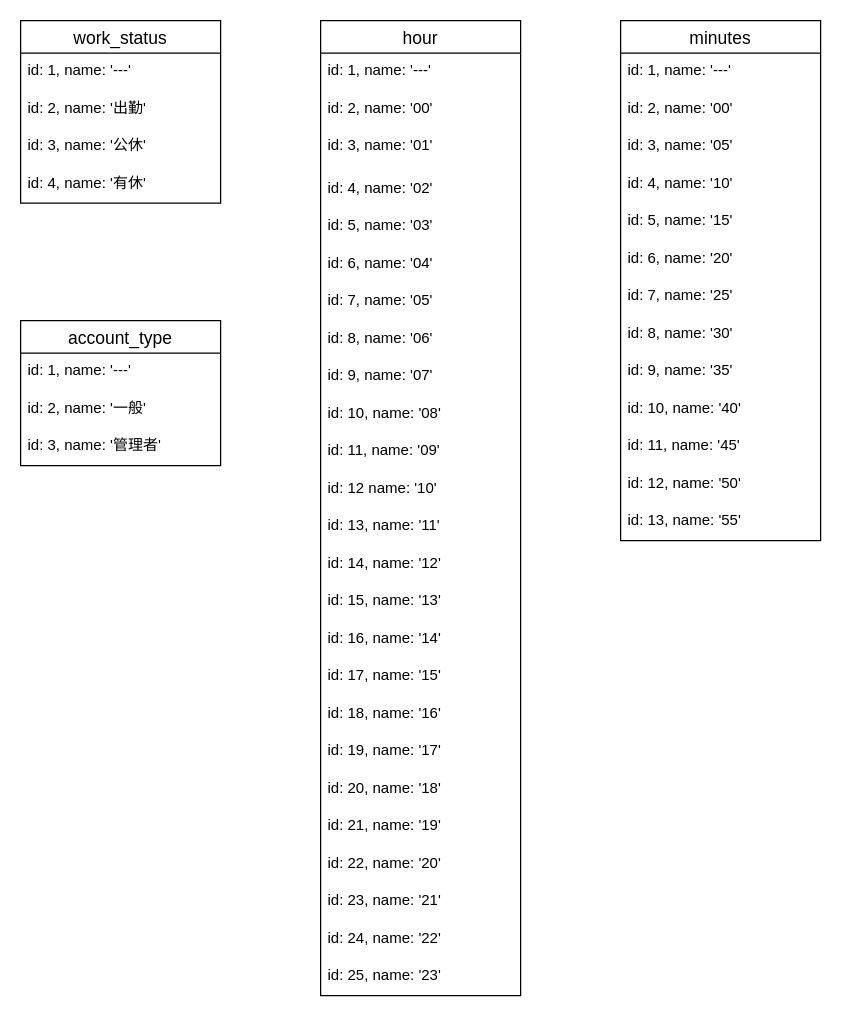
This is page "Active Hash" (2 of 2) of waps_ER図.dio from graphite01/waps, a draw.io file, before an edit. Source tidied: cells renumbered, new cells numbered last; positions are measured from the earlier drawing's top-left corner, leaving out a move shared by most shapes. Both pictures are drawn from the tidied source at 125%, with x=0, y=0 at pixel (20, 20).
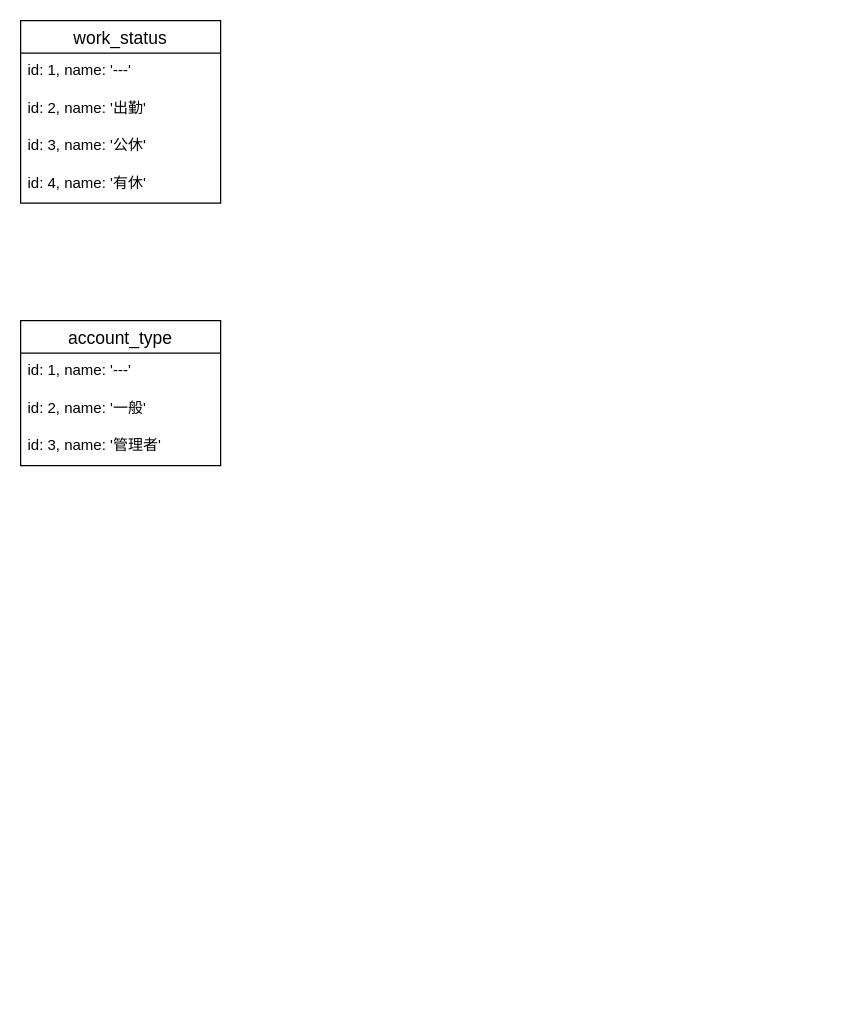
The same diagram, later.

Change to the diagram source:
```diff
@@
-    <mxCell id="7" value="hour" style="swimlane;fontStyle=0;horizontal=1;startSize=26;align=center;fontSize=14;" parent="1" vertex="1">
-      <mxGeometry x="240" width="160" height="780" as="geometry" />
-    </mxCell>
-    <mxCell id="8" value="id: 1, name: '---'" style="text;strokeColor=none;fillColor=none;spacingLeft=4;spacingRight=4;overflow=hidden;fontSize=12;" parent="7" vertex="1">
-      <mxGeometry y="26" width="160" height="30" as="geometry" />
-    </mxCell>
-    <mxCell id="9" value="id: 2, name: '00'" style="text;strokeColor=none;fillColor=none;spacingLeft=4;spacingRight=4;overflow=hidden;fontSize=12;" parent="7" vertex="1">
-      <mxGeometry y="56" width="160" height="30" as="geometry" />
-    </mxCell>
-    <mxCell id="10" value="id: 3, name: '01'" style="text;strokeColor=none;fillColor=none;spacingLeft=4;spacingRight=4;overflow=hidden;fontSize=12;" parent="7" vertex="1">
-      <mxGeometry y="86" width="160" height="34" as="geometry" />
-    </mxCell>
-    <mxCell id="11" value="id: 4, name: '02'" style="text;strokeColor=none;fillColor=none;spacingLeft=4;spacingRight=4;overflow=hidden;fontSize=12;" parent="7" vertex="1">
-      <mxGeometry y="120" width="160" height="30" as="geometry" />
-    </mxCell>
-    <mxCell id="12" value="id: 5, name: '03'" style="text;strokeColor=none;fillColor=none;spacingLeft=4;spacingRight=4;overflow=hidden;fontSize=12;" parent="7" vertex="1">
-      <mxGeometry y="150" width="160" height="30" as="geometry" />
-    </mxCell>
-    <mxCell id="13" value="id: 6, name: '04'" style="text;strokeColor=none;fillColor=none;spacingLeft=4;spacingRight=4;overflow=hidden;fontSize=12;" parent="7" vertex="1">
-      <mxGeometry y="180" width="160" height="30" as="geometry" />
-    </mxCell>
-    <mxCell id="14" value="id: 7, name: '05'" style="text;strokeColor=none;fillColor=none;spacingLeft=4;spacingRight=4;overflow=hidden;fontSize=12;" parent="7" vertex="1">
-      <mxGeometry y="210" width="160" height="30" as="geometry" />
-    </mxCell>
-    <mxCell id="15" value="id: 8, name: '06'" style="text;strokeColor=none;fillColor=none;spacingLeft=4;spacingRight=4;overflow=hidden;fontSize=12;" parent="7" vertex="1">
-      <mxGeometry y="240" width="160" height="30" as="geometry" />
-    </mxCell>
-    <mxCell id="16" value="id: 9, name: '07'" style="text;strokeColor=none;fillColor=none;spacingLeft=4;spacingRight=4;overflow=hidden;fontSize=12;" parent="7" vertex="1">
-      <mxGeometry y="270" width="160" height="30" as="geometry" />
-    </mxCell>
-    <mxCell id="17" value="id: 10, name: '08'" style="text;strokeColor=none;fillColor=none;spacingLeft=4;spacingRight=4;overflow=hidden;fontSize=12;" parent="7" vertex="1">
-      <mxGeometry y="300" width="160" height="30" as="geometry" />
-    </mxCell>
-    <mxCell id="18" value="id: 11, name: '09'" style="text;strokeColor=none;fillColor=none;spacingLeft=4;spacingRight=4;overflow=hidden;fontSize=12;" parent="7" vertex="1">
-      <mxGeometry y="330" width="160" height="30" as="geometry" />
-    </mxCell>
-    <mxCell id="19" value="id: 12 name: '10'" style="text;strokeColor=none;fillColor=none;spacingLeft=4;spacingRight=4;overflow=hidden;fontSize=12;" parent="7" vertex="1">
-      <mxGeometry y="360" width="160" height="30" as="geometry" />
-    </mxCell>
-    <mxCell id="20" value="id: 13, name: '11'" style="text;strokeColor=none;fillColor=none;spacingLeft=4;spacingRight=4;overflow=hidden;fontSize=12;" parent="7" vertex="1">
-      <mxGeometry y="390" width="160" height="30" as="geometry" />
-    </mxCell>
-    <mxCell id="21" value="id: 14, name: '12'" style="text;strokeColor=none;fillColor=none;spacingLeft=4;spacingRight=4;overflow=hidden;fontSize=12;" parent="7" vertex="1">
-      <mxGeometry y="420" width="160" height="30" as="geometry" />
-    </mxCell>
-    <mxCell id="22" value="id: 15, name: '13'" style="text;strokeColor=none;fillColor=none;spacingLeft=4;spacingRight=4;overflow=hidden;fontSize=12;" parent="7" vertex="1">
-      <mxGeometry y="450" width="160" height="30" as="geometry" />
-    </mxCell>
-    <mxCell id="23" value="id: 16, name: '14'" style="text;strokeColor=none;fillColor=none;spacingLeft=4;spacingRight=4;overflow=hidden;fontSize=12;" parent="7" vertex="1">
-      <mxGeometry y="480" width="160" height="30" as="geometry" />
-    </mxCell>
-    <mxCell id="24" value="id: 17, name: '15'" style="text;strokeColor=none;fillColor=none;spacingLeft=4;spacingRight=4;overflow=hidden;fontSize=12;" parent="7" vertex="1">
-      <mxGeometry y="510" width="160" height="30" as="geometry" />
-    </mxCell>
-    <mxCell id="25" value="id: 18, name: '16'" style="text;strokeColor=none;fillColor=none;spacingLeft=4;spacingRight=4;overflow=hidden;fontSize=12;" parent="7" vertex="1">
-      <mxGeometry y="540" width="160" height="30" as="geometry" />
-    </mxCell>
-    <mxCell id="26" value="id: 19, name: '17'" style="text;strokeColor=none;fillColor=none;spacingLeft=4;spacingRight=4;overflow=hidden;fontSize=12;" parent="7" vertex="1">
-      <mxGeometry y="570" width="160" height="30" as="geometry" />
-    </mxCell>
-    <mxCell id="27" value="id: 20, name: '18'" style="text;strokeColor=none;fillColor=none;spacingLeft=4;spacingRight=4;overflow=hidden;fontSize=12;" parent="7" vertex="1">
-      <mxGeometry y="600" width="160" height="30" as="geometry" />
-    </mxCell>
-    <mxCell id="28" value="id: 21, name: '19'" style="text;strokeColor=none;fillColor=none;spacingLeft=4;spacingRight=4;overflow=hidden;fontSize=12;" parent="7" vertex="1">
-      <mxGeometry y="630" width="160" height="30" as="geometry" />
-    </mxCell>
-    <mxCell id="29" value="id: 22, name: '20'" style="text;strokeColor=none;fillColor=none;spacingLeft=4;spacingRight=4;overflow=hidden;fontSize=12;" parent="7" vertex="1">
-      <mxGeometry y="660" width="160" height="30" as="geometry" />
-    </mxCell>
-    <mxCell id="30" value="id: 23, name: '21'" style="text;strokeColor=none;fillColor=none;spacingLeft=4;spacingRight=4;overflow=hidden;fontSize=12;" parent="7" vertex="1">
-      <mxGeometry y="690" width="160" height="30" as="geometry" />
-    </mxCell>
-    <mxCell id="31" value="id: 24, name: '22'" style="text;strokeColor=none;fillColor=none;spacingLeft=4;spacingRight=4;overflow=hidden;fontSize=12;" parent="7" vertex="1">
-      <mxGeometry y="720" width="160" height="30" as="geometry" />
-    </mxCell>
-    <mxCell id="32" value="id: 25, name: '23'" style="text;strokeColor=none;fillColor=none;spacingLeft=4;spacingRight=4;overflow=hidden;fontSize=12;" parent="7" vertex="1">
-      <mxGeometry y="750" width="160" height="30" as="geometry" />
-    </mxCell>
-    <mxCell id="33" value="minutes" style="swimlane;fontStyle=0;horizontal=1;startSize=26;align=center;fontSize=14;" parent="1" vertex="1">
-      <mxGeometry x="480" width="160" height="416" as="geometry" />
-    </mxCell>
-    <mxCell id="34" value="id: 1, name: '---'" style="text;strokeColor=none;fillColor=none;spacingLeft=4;spacingRight=4;overflow=hidden;fontSize=12;" parent="33" vertex="1">
-      <mxGeometry y="26" width="160" height="30" as="geometry" />
-    </mxCell>
-    <mxCell id="35" value="id: 2, name: '00'" style="text;strokeColor=none;fillColor=none;spacingLeft=4;spacingRight=4;overflow=hidden;fontSize=12;" parent="33" vertex="1">
-      <mxGeometry y="56" width="160" height="30" as="geometry" />
-    </mxCell>
-    <mxCell id="36" value="id: 3, name: '05'" style="text;strokeColor=none;fillColor=none;spacingLeft=4;spacingRight=4;overflow=hidden;fontSize=12;" parent="33" vertex="1">
-      <mxGeometry y="86" width="160" height="30" as="geometry" />
-    </mxCell>
-    <mxCell id="37" value="id: 4, name: '10'" style="text;strokeColor=none;fillColor=none;spacingLeft=4;spacingRight=4;overflow=hidden;fontSize=12;" parent="33" vertex="1">
-      <mxGeometry y="116" width="160" height="30" as="geometry" />
-    </mxCell>
-    <mxCell id="38" value="id: 5, name: '15'" style="text;strokeColor=none;fillColor=none;spacingLeft=4;spacingRight=4;overflow=hidden;fontSize=12;" parent="33" vertex="1">
-      <mxGeometry y="146" width="160" height="30" as="geometry" />
-    </mxCell>
-    <mxCell id="39" value="id: 6, name: '20'" style="text;strokeColor=none;fillColor=none;spacingLeft=4;spacingRight=4;overflow=hidden;fontSize=12;" parent="33" vertex="1">
-      <mxGeometry y="176" width="160" height="30" as="geometry" />
-    </mxCell>
-    <mxCell id="40" value="id: 7, name: '25'" style="text;strokeColor=none;fillColor=none;spacingLeft=4;spacingRight=4;overflow=hidden;fontSize=12;" parent="33" vertex="1">
-      <mxGeometry y="206" width="160" height="30" as="geometry" />
-    </mxCell>
-    <mxCell id="41" value="id: 8, name: '30'" style="text;strokeColor=none;fillColor=none;spacingLeft=4;spacingRight=4;overflow=hidden;fontSize=12;" parent="33" vertex="1">
-      <mxGeometry y="236" width="160" height="30" as="geometry" />
-    </mxCell>
-    <mxCell id="42" value="id: 9, name: '35'" style="text;strokeColor=none;fillColor=none;spacingLeft=4;spacingRight=4;overflow=hidden;fontSize=12;" parent="33" vertex="1">
-      <mxGeometry y="266" width="160" height="30" as="geometry" />
-    </mxCell>
-    <mxCell id="43" value="id: 10, name: '40'" style="text;strokeColor=none;fillColor=none;spacingLeft=4;spacingRight=4;overflow=hidden;fontSize=12;" parent="33" vertex="1">
-      <mxGeometry y="296" width="160" height="30" as="geometry" />
-    </mxCell>
-    <mxCell id="44" value="id: 11, name: '45'" style="text;strokeColor=none;fillColor=none;spacingLeft=4;spacingRight=4;overflow=hidden;fontSize=12;" parent="33" vertex="1">
-      <mxGeometry y="326" width="160" height="30" as="geometry" />
-    </mxCell>
-    <mxCell id="45" value="id: 12, name: '50'" style="text;strokeColor=none;fillColor=none;spacingLeft=4;spacingRight=4;overflow=hidden;fontSize=12;" parent="33" vertex="1">
-      <mxGeometry y="356" width="160" height="30" as="geometry" />
-    </mxCell>
-    <mxCell id="46" value="id: 13, name: '55'" style="text;strokeColor=none;fillColor=none;spacingLeft=4;spacingRight=4;overflow=hidden;fontSize=12;" parent="33" vertex="1">
-      <mxGeometry y="386" width="160" height="30" as="geometry" />
-    </mxCell>
```
